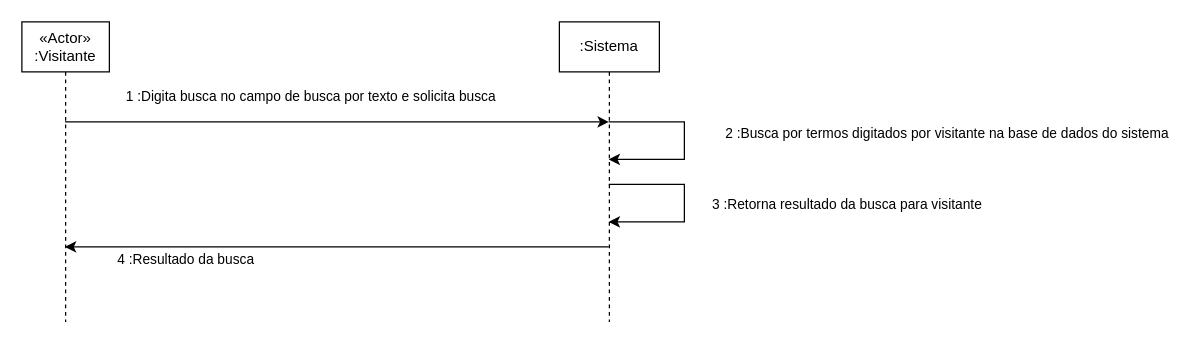
This is Untitled Diagram.drawio from JorgeEduardoFOS/ecommercepet, a draw.io file, before an edit. Source tidied: cells renumbered, new cells numbered last; positions are measured from the earlier drawing's top-left corner, leaving out a move shared by most shapes. Both pictures are drawn from the tidied source at 125%, with x=0, y=0 at pixel (21, 21).
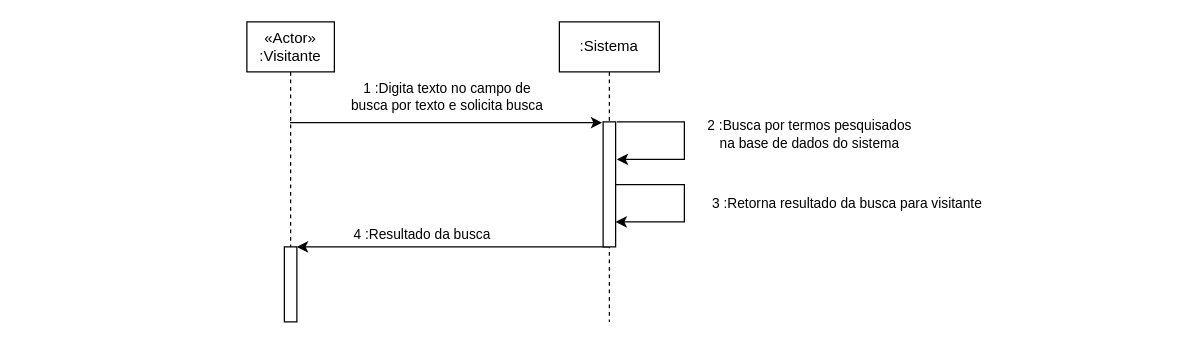
The same page after the edit.

What changed in the source:
```diff
@@
 <mxGraphModel>
   <root>
     <mxCell id="0" />
     <mxCell id="1" parent="0" />
-    <mxCell id="2" value="1 :Digita busca no campo de busca por texto e solicita busca" style="edgeStyle=orthogonalEdgeStyle;rounded=0;jettySize=auto;html=1;" parent="1" edge="1" source="3" target="5">
-      <mxGeometry x="-0.1" y="20" relative="1" as="geometry">
+    <mxCell id="2" value="&lt;div&gt;1 :Digita texto no campo de&lt;/div&gt;&lt;div&gt;busca por texto e solicita busca&lt;/div&gt;" style="edgeStyle=orthogonalEdgeStyle;rounded=0;jettySize=auto;html=1;entryX=-0.08;entryY=0.006;entryDx=0;entryDy=0;entryPerimeter=0;" parent="1" edge="1" source="3" target="9">
+      <mxGeometry y="21" relative="1" as="geometry">
         <Array as="points">
-          <mxPoint x="310" y="80" />
           <mxPoint x="310" y="80" />
         </Array>
       </mxGeometry>
     </mxCell>
     <mxCell id="3" value="&lt;div&gt;«Actor»&lt;/div&gt;&lt;div&gt;:Visitante&lt;/div&gt;" style="shape=umlLifeline;perimeter=lifelinePerimeter;whiteSpace=wrap;html=1;outlineConnect=0;" parent="1" vertex="1">
-      <mxGeometry width="70" height="240" as="geometry" />
+      <mxGeometry x="180" width="70" height="240" as="geometry" />
     </mxCell>
+    <mxCell id="8" style="html=1;perimeter=orthogonalPerimeter;" parent="3" vertex="1">
+      <mxGeometry x="30" y="180" width="10" height="60" as="geometry" />
+    </mxCell>
-    <mxCell id="4" value="4 :Resultado da busca" style="edgeStyle=orthogonalEdgeStyle;rounded=0;jettySize=auto;html=1;" parent="1" edge="1" source="5" target="3">
-      <mxGeometry x="0.56" y="10" relative="1" as="geometry">
+    <mxCell id="4" value="4 :Resultado da busca" style="edgeStyle=orthogonalEdgeStyle;rounded=0;jettySize=auto;html=1;" parent="1" edge="1" source="5">
+      <mxGeometry x="0.2" y="-10" relative="1" as="geometry">
+        <mxPoint x="220" y="180" as="targetPoint" />
         <Array as="points">
           <mxPoint x="250" y="180" />
           <mxPoint x="250" y="180" />
         </Array>
       </mxGeometry>
     </mxCell>
     <mxCell id="5" value=":Sistema" style="shape=umlLifeline;perimeter=lifelinePerimeter;whiteSpace=wrap;html=1;outlineConnect=0;" parent="1" vertex="1">
       <mxGeometry x="430" width="80" height="240" as="geometry" />
     </mxCell>
+    <mxCell id="9" style="html=1;points=[];perimeter=orthogonalPerimeter;" parent="5" vertex="1">
+      <mxGeometry x="35" y="80" width="10" height="100" as="geometry" />
+    </mxCell>
+    <mxCell id="7" value="3 :Retorna resultado da busca para visitante" style="edgeStyle=orthogonalEdgeStyle;rounded=0;jettySize=auto;html=1;exitX=0.998;exitY=0.501;exitDx=0;exitDy=0;exitPerimeter=0;" parent="5" edge="1" source="9">
+      <mxGeometry y="130" relative="1" as="geometry">
+        <mxPoint x="45" y="160" as="targetPoint" />
+        <Array as="points">
+          <mxPoint x="100" y="130" />
+          <mxPoint x="100" y="160" />
+        </Array>
+      </mxGeometry>
+    </mxCell>
-    <mxCell id="6" value="2 :Busca por termos digitados por visitante na base de dados do sistema" style="edgeStyle=orthogonalEdgeStyle;rounded=0;orthogonalLoop=1;jettySize=auto;html=1;" parent="1" edge="1" source="5" target="5">
-      <mxGeometry x="-0.08" y="210" relative="1" as="geometry">
+    <mxCell id="6" value="&lt;div&gt;2 :Busca por termos pesquisados&lt;/div&gt;&lt;div&gt;na base de dados do sistema&lt;/div&gt;" style="edgeStyle=orthogonalEdgeStyle;rounded=0;orthogonalLoop=1;jettySize=auto;html=1;" parent="1" edge="1">
+      <mxGeometry x="-0.07" y="100" relative="1" as="geometry">
+        <mxPoint x="476" y="80" as="sourcePoint" />
+        <mxPoint x="476" y="110" as="targetPoint" />
         <Array as="points">
+          <mxPoint x="476" y="80" />
           <mxPoint x="530" y="80" />
           <mxPoint x="530" y="110" />
         </Array>
       </mxGeometry>
     </mxCell>
-    <mxCell id="7" value="3 :Retorna resultado da busca para visitante" style="edgeStyle=orthogonalEdgeStyle;rounded=0;orthogonalLoop=1;jettySize=auto;html=1;" parent="1" edge="1" source="5" target="5">
-      <mxGeometry y="130" relative="1" as="geometry">
-        <Array as="points">
-          <mxPoint x="530" y="130" />
-          <mxPoint x="530" y="160" />
-        </Array>
-      </mxGeometry>
-    </mxCell>
   </root>
 </mxGraphModel>
```
